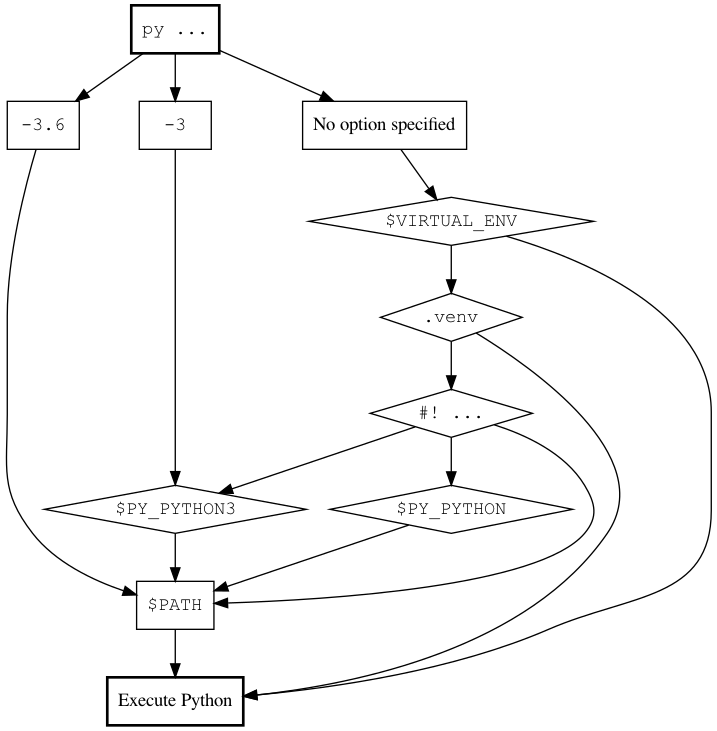
Earlier version of the Graphviz export docs/control-flow/control_flow.png (brettcannon/python-launcher). Its source is kept beside it as docs/control-flow/control_flow.dot. Its diagram source:
```dot
digraph py {
    {
        rank=same
        "-3.6" "-3" "<nothing>"
    }


    "py ..." [shape=box, fontname="Courier New", style="bold"]
    "-3.6" [shape=box, fontname="Courier New"]
    "-3" [shape=box, fontname="Courier New"]
    "<nothing>" [shape=box, label="No option specified"]

    "$PY_PYTHON3" [shape=diamond, group=centre, fontname="Courier New"]

    "$VIRTUAL_ENV" [shape=diamond, group=unknown, fontname="Courier New"]
    ".venv" [shape=diamond, group=unknown, fontname="Courier New"]
    "shebang" [shape=diamond, group=unknown, label="#! ...", fontname="Courier New"]
    "$PY_PYTHON" [shape=diamond, group=unknown, fontname="Courier New"]

    "$PATH" [shape=box, group=centre, fontname="Courier New"]

    "Execute" [shape=box, label="Execute Python", group=centre, style="bold"]



    "py ..." -> {"-3.6" "-3" "<nothing>"}
    "-3.6" -> "$PATH"

    "-3" -> "$PY_PYTHON3"
    "$PY_PYTHON3" -> "$PATH"

    "<nothing>" -> "$VIRTUAL_ENV"
    "$VIRTUAL_ENV" -> "Execute"
    "$VIRTUAL_ENV" -> ".venv"
    ".venv" -> "Execute"
    ".venv" -> "shebang"
    "shebang" -> "$PY_PYTHON"
    "shebang" -> "$PY_PYTHON3"
    "shebang" -> "$PATH"

    "$PY_PYTHON" -> "$PATH"

    "$PATH" -> "Execute"
}
```
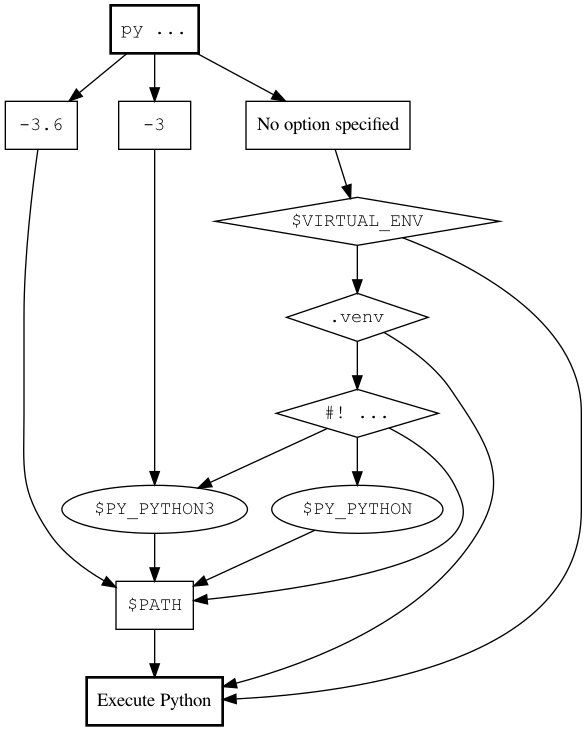
The same diagram one commit later.

Commit message:
Tweak the control flow diagram

Diff of the diagram source:
```diff
@@ -10,12 +10,12 @@
     "-3" [shape=box, fontname="Courier New"]
     "<nothing>" [shape=box, label="No option specified"]
 
-    "$PY_PYTHON3" [shape=diamond, group=centre, fontname="Courier New"]
+    "$PY_PYTHON3" [shape=oval, group=centre, fontname="Courier New"]
 
     "$VIRTUAL_ENV" [shape=diamond, group=unknown, fontname="Courier New"]
     ".venv" [shape=diamond, group=unknown, fontname="Courier New"]
     "shebang" [shape=diamond, group=unknown, label="#! ...", fontname="Courier New"]
-    "$PY_PYTHON" [shape=diamond, group=unknown, fontname="Courier New"]
+    "$PY_PYTHON" [shape=oval, group=unknown, fontname="Courier New"]
 
     "$PATH" [shape=box, group=centre, fontname="Courier New"]
 
```
